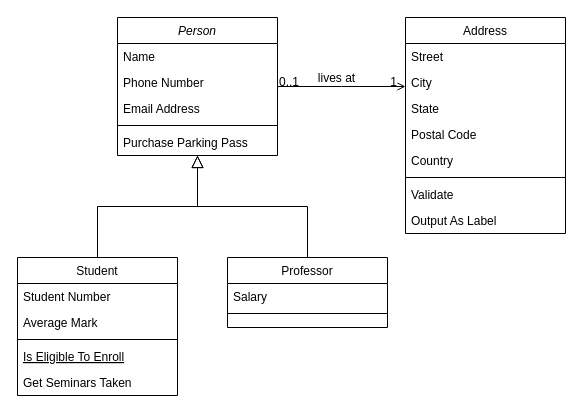
Above: Untitled Diagram.drawio in HosamElian/twitter-bot (draw.io), before the change. Source tidied: cells renumbered, new cells numbered last; positions are measured from the earlier drawing's top-left corner, leaving out a move shared by most shapes. Both pictures are drawn from the tidied source at 100%, with x=0, y=0 at pixel (17, 17).
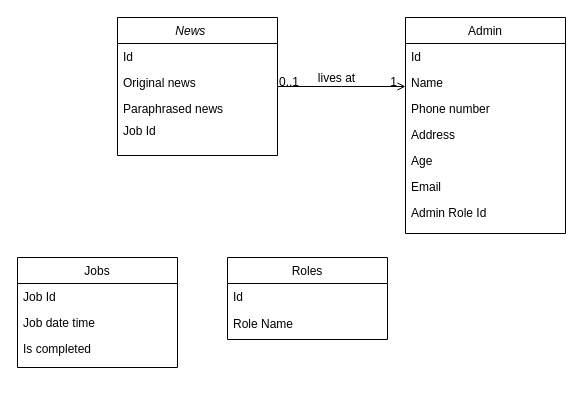
After the change.

Change to the diagram source:
```diff
@@
-    <mxCell id="2" value="Person" style="swimlane;fontStyle=2;align=center;verticalAlign=top;horizontal=1;startSize=26;rounded=0;shadow=0;strokeWidth=1;" parent="1" vertex="1">
+    <mxCell id="2" value="News    " style="swimlane;fontStyle=2;align=center;verticalAlign=top;horizontal=1;startSize=26;rounded=0;shadow=0;strokeWidth=1;" parent="1" vertex="1">
       <mxGeometry x="100" width="160" height="138" as="geometry" />
     </mxCell>
-    <mxCell id="3" value="Name" style="text;align=left;verticalAlign=top;spacingLeft=4;spacingRight=4;overflow=hidden;" parent="2" vertex="1">
+    <mxCell id="3" value="Id" style="text;align=left;verticalAlign=top;spacingLeft=4;spacingRight=4;overflow=hidden;" parent="2" vertex="1">
       <mxGeometry y="26" width="160" height="26" as="geometry" />
     </mxCell>
-    <mxCell id="4" value="Phone Number" style="text;align=left;verticalAlign=top;spacingLeft=4;spacingRight=4;overflow=hidden;rounded=0;shadow=0;html=0;" parent="2" vertex="1">
+    <mxCell id="4" value="Original news" style="text;align=left;verticalAlign=top;spacingLeft=4;spacingRight=4;overflow=hidden;rounded=0;shadow=0;html=0;" parent="2" vertex="1">
       <mxGeometry y="52" width="160" height="26" as="geometry" />
     </mxCell>
-    <mxCell id="5" value="Email Address" style="text;align=left;verticalAlign=top;spacingLeft=4;spacingRight=4;overflow=hidden;rounded=0;shadow=0;html=0;" parent="2" vertex="1">
-      <mxGeometry y="78" width="160" height="26" as="geometry" />
+    <mxCell id="5" value="Paraphrased news " style="text;align=left;verticalAlign=top;spacingLeft=4;spacingRight=4;overflow=hidden;rounded=0;shadow=0;html=0;" parent="2" vertex="1">
+      <mxGeometry y="78" width="160" height="22" as="geometry" />
     </mxCell>
-    <mxCell id="6" style="line;html=1;strokeWidth=1;align=left;verticalAlign=middle;spacingTop=-1;spacingLeft=3;spacingRight=3;labelPosition=right;" parent="2" vertex="1">
-      <mxGeometry y="104" width="160" height="8" as="geometry" />
-    </mxCell>
-    <mxCell id="7" value="Purchase Parking Pass" style="text;align=left;verticalAlign=top;spacingLeft=4;spacingRight=4;overflow=hidden;" parent="2" vertex="1">
-      <mxGeometry y="112" width="160" height="26" as="geometry" />
+    <mxCell id="7" value="Job Id" style="text;align=left;verticalAlign=top;spacingLeft=4;spacingRight=4;overflow=hidden;" parent="2" vertex="1">
+      <mxGeometry y="100" width="160" height="26" as="geometry" />
     </mxCell>
-    <mxCell id="8" value="Student" style="swimlane;fontStyle=0;align=center;verticalAlign=top;horizontal=1;startSize=26;rounded=0;shadow=0;strokeWidth=1;" parent="1" vertex="1">
-      <mxGeometry y="240" width="160" height="138" as="geometry" />
+    <mxCell id="8" value="Jobs" style="swimlane;fontStyle=0;align=center;verticalAlign=top;horizontal=1;startSize=26;rounded=0;shadow=0;strokeWidth=1;" parent="1" vertex="1">
+      <mxGeometry y="240" width="160" height="110" as="geometry" />
     </mxCell>
-    <mxCell id="9" value="Student Number" style="text;align=left;verticalAlign=top;spacingLeft=4;spacingRight=4;overflow=hidden;" parent="8" vertex="1">
+    <mxCell id="9" value="Job Id    " style="text;align=left;verticalAlign=top;spacingLeft=4;spacingRight=4;overflow=hidden;" parent="8" vertex="1">
       <mxGeometry y="26" width="160" height="26" as="geometry" />
     </mxCell>
-    <mxCell id="10" value="Average Mark" style="text;align=left;verticalAlign=top;spacingLeft=4;spacingRight=4;overflow=hidden;rounded=0;shadow=0;html=0;" parent="8" vertex="1">
+    <mxCell id="10" value="Job date time" style="text;align=left;verticalAlign=top;spacingLeft=4;spacingRight=4;overflow=hidden;rounded=0;shadow=0;html=0;" parent="8" vertex="1">
       <mxGeometry y="52" width="160" height="26" as="geometry" />
     </mxCell>
-    <mxCell id="11" style="line;html=1;strokeWidth=1;align=left;verticalAlign=middle;spacingTop=-1;spacingLeft=3;spacingRight=3;labelPosition=right;" parent="8" vertex="1">
-      <mxGeometry y="78" width="160" height="8" as="geometry" />
-    </mxCell>
-    <mxCell id="12" value="Is Eligible To Enroll" style="text;align=left;verticalAlign=top;spacingLeft=4;spacingRight=4;overflow=hidden;fontStyle=4;" parent="8" vertex="1">
-      <mxGeometry y="86" width="160" height="26" as="geometry" />
+    <mxCell id="12" value="Is completed" style="text;align=left;verticalAlign=top;spacingLeft=4;spacingRight=4;overflow=hidden;fontStyle=0;" parent="8" vertex="1">
+      <mxGeometry y="78" width="160" height="26" as="geometry" />
     </mxCell>
-    <mxCell id="13" value="Get Seminars Taken" style="text;align=left;verticalAlign=top;spacingLeft=4;spacingRight=4;overflow=hidden;" parent="8" vertex="1">
-      <mxGeometry y="112" width="160" height="26" as="geometry" />
-    </mxCell>
-    <mxCell id="14" style="endArrow=block;endSize=10;endFill=0;shadow=0;strokeWidth=1;rounded=0;edgeStyle=elbowEdgeStyle;elbow=vertical;" parent="1" edge="1" source="8" target="2">
-      <mxGeometry relative="1" as="geometry" />
-    </mxCell>
-    <mxCell id="15" value="Professor" style="swimlane;fontStyle=0;align=center;verticalAlign=top;horizontal=1;startSize=26;rounded=0;shadow=0;strokeWidth=1;" parent="1" vertex="1">
-      <mxGeometry x="210" y="240" width="160" height="70" as="geometry" />
+    <mxCell id="15" value="Roles" style="swimlane;fontStyle=0;align=center;verticalAlign=top;horizontal=1;startSize=26;rounded=0;shadow=0;strokeWidth=1;" parent="1" vertex="1">
+      <mxGeometry x="210" y="240" width="160" height="82" as="geometry" />
     </mxCell>
-    <mxCell id="16" value="Salary" style="text;align=left;verticalAlign=top;spacingLeft=4;spacingRight=4;overflow=hidden;" parent="15" vertex="1">
+    <mxCell id="16" value="Id &#10;" style="text;align=left;verticalAlign=top;spacingLeft=4;spacingRight=4;overflow=hidden;" parent="15" vertex="1">
       <mxGeometry y="26" width="160" height="26" as="geometry" />
     </mxCell>
-    <mxCell id="17" style="line;html=1;strokeWidth=1;align=left;verticalAlign=middle;spacingTop=-1;spacingLeft=3;spacingRight=3;labelPosition=right;" parent="15" vertex="1">
-      <mxGeometry y="52" width="160" height="8" as="geometry" />
-    </mxCell>
-    <mxCell id="18" style="endArrow=block;endSize=10;endFill=0;shadow=0;strokeWidth=1;rounded=0;edgeStyle=elbowEdgeStyle;elbow=vertical;" parent="1" edge="1" source="15" target="2">
-      <mxGeometry relative="1" as="geometry" />
-    </mxCell>
+    <mxCell id="32" value="Role Name" style="text;strokeColor=none;fillColor=none;align=left;verticalAlign=middle;spacingLeft=4;spacingRight=4;overflow=hidden;whiteSpace=wrap;html=1;" parent="15" vertex="1">
+      <mxGeometry y="52" width="160" height="30" as="geometry" />
+    </mxCell>
-    <mxCell id="19" value="Address" style="swimlane;fontStyle=0;align=center;verticalAlign=top;horizontal=1;startSize=26;rounded=0;shadow=0;strokeWidth=1;" parent="1" vertex="1">
+    <mxCell id="19" value="Admin" style="swimlane;fontStyle=0;align=center;verticalAlign=top;horizontal=1;startSize=26;rounded=0;shadow=0;strokeWidth=1;" parent="1" vertex="1">
       <mxGeometry x="388" width="160" height="216" as="geometry" />
     </mxCell>
-    <mxCell id="20" value="Street" style="text;align=left;verticalAlign=top;spacingLeft=4;spacingRight=4;overflow=hidden;" parent="19" vertex="1">
+    <mxCell id="20" value="Id" style="text;align=left;verticalAlign=top;spacingLeft=4;spacingRight=4;overflow=hidden;" parent="19" vertex="1">
       <mxGeometry y="26" width="160" height="26" as="geometry" />
     </mxCell>
-    <mxCell id="21" value="City" style="text;align=left;verticalAlign=top;spacingLeft=4;spacingRight=4;overflow=hidden;rounded=0;shadow=0;html=0;" parent="19" vertex="1">
+    <mxCell id="21" value="Name" style="text;align=left;verticalAlign=top;spacingLeft=4;spacingRight=4;overflow=hidden;rounded=0;shadow=0;html=0;" parent="19" vertex="1">
       <mxGeometry y="52" width="160" height="26" as="geometry" />
     </mxCell>
-    <mxCell id="22" value="State" style="text;align=left;verticalAlign=top;spacingLeft=4;spacingRight=4;overflow=hidden;rounded=0;shadow=0;html=0;" parent="19" vertex="1">
+    <mxCell id="22" value="Phone number" style="text;align=left;verticalAlign=top;spacingLeft=4;spacingRight=4;overflow=hidden;rounded=0;shadow=0;html=0;" parent="19" vertex="1">
       <mxGeometry y="78" width="160" height="26" as="geometry" />
     </mxCell>
-    <mxCell id="23" value="Postal Code" style="text;align=left;verticalAlign=top;spacingLeft=4;spacingRight=4;overflow=hidden;rounded=0;shadow=0;html=0;" parent="19" vertex="1">
+    <mxCell id="23" value="Address" style="text;align=left;verticalAlign=top;spacingLeft=4;spacingRight=4;overflow=hidden;rounded=0;shadow=0;html=0;" parent="19" vertex="1">
       <mxGeometry y="104" width="160" height="26" as="geometry" />
     </mxCell>
-    <mxCell id="24" value="Country" style="text;align=left;verticalAlign=top;spacingLeft=4;spacingRight=4;overflow=hidden;rounded=0;shadow=0;html=0;" parent="19" vertex="1">
+    <mxCell id="24" value="Age " style="text;align=left;verticalAlign=top;spacingLeft=4;spacingRight=4;overflow=hidden;rounded=0;shadow=0;html=0;" parent="19" vertex="1">
       <mxGeometry y="130" width="160" height="26" as="geometry" />
     </mxCell>
-    <mxCell id="25" style="line;html=1;strokeWidth=1;align=left;verticalAlign=middle;spacingTop=-1;spacingLeft=3;spacingRight=3;labelPosition=right;" parent="19" vertex="1">
-      <mxGeometry y="156" width="160" height="8" as="geometry" />
-    </mxCell>
-    <mxCell id="26" value="Validate" style="text;align=left;verticalAlign=top;spacingLeft=4;spacingRight=4;overflow=hidden;" parent="19" vertex="1">
-      <mxGeometry y="164" width="160" height="26" as="geometry" />
+    <mxCell id="26" value="Email" style="text;align=left;verticalAlign=top;spacingLeft=4;spacingRight=4;overflow=hidden;" parent="19" vertex="1">
+      <mxGeometry y="156" width="160" height="26" as="geometry" />
     </mxCell>
-    <mxCell id="27" value="Output As Label" style="text;align=left;verticalAlign=top;spacingLeft=4;spacingRight=4;overflow=hidden;" parent="19" vertex="1">
-      <mxGeometry y="190" width="160" height="26" as="geometry" />
+    <mxCell id="27" value="Admin Role Id" style="text;align=left;verticalAlign=top;spacingLeft=4;spacingRight=4;overflow=hidden;" parent="19" vertex="1">
+      <mxGeometry y="182" width="160" height="26" as="geometry" />
     </mxCell>
```
